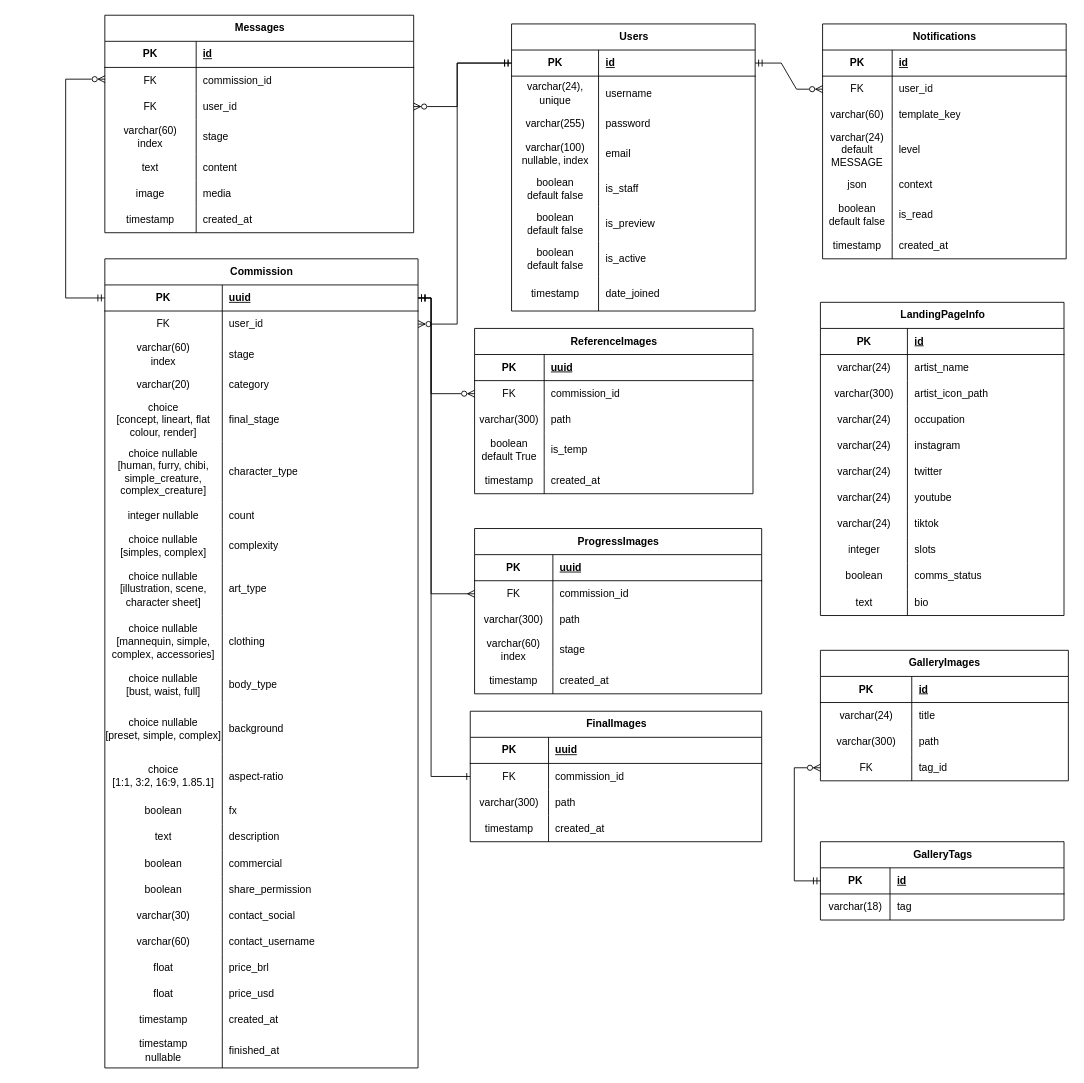
This is docs/diagramas/OAtelierER.drawio from nemesis-noctis/o-atelier, a draw.io file, before an edit. Source tidied: cells renumbered, new cells numbered last; positions are measured from the earlier drawing's top-left corner, leaving out a move shared by most shapes. Both pictures are drawn from the tidied source at 87%, with x=0, y=0 at pixel (65, 15).
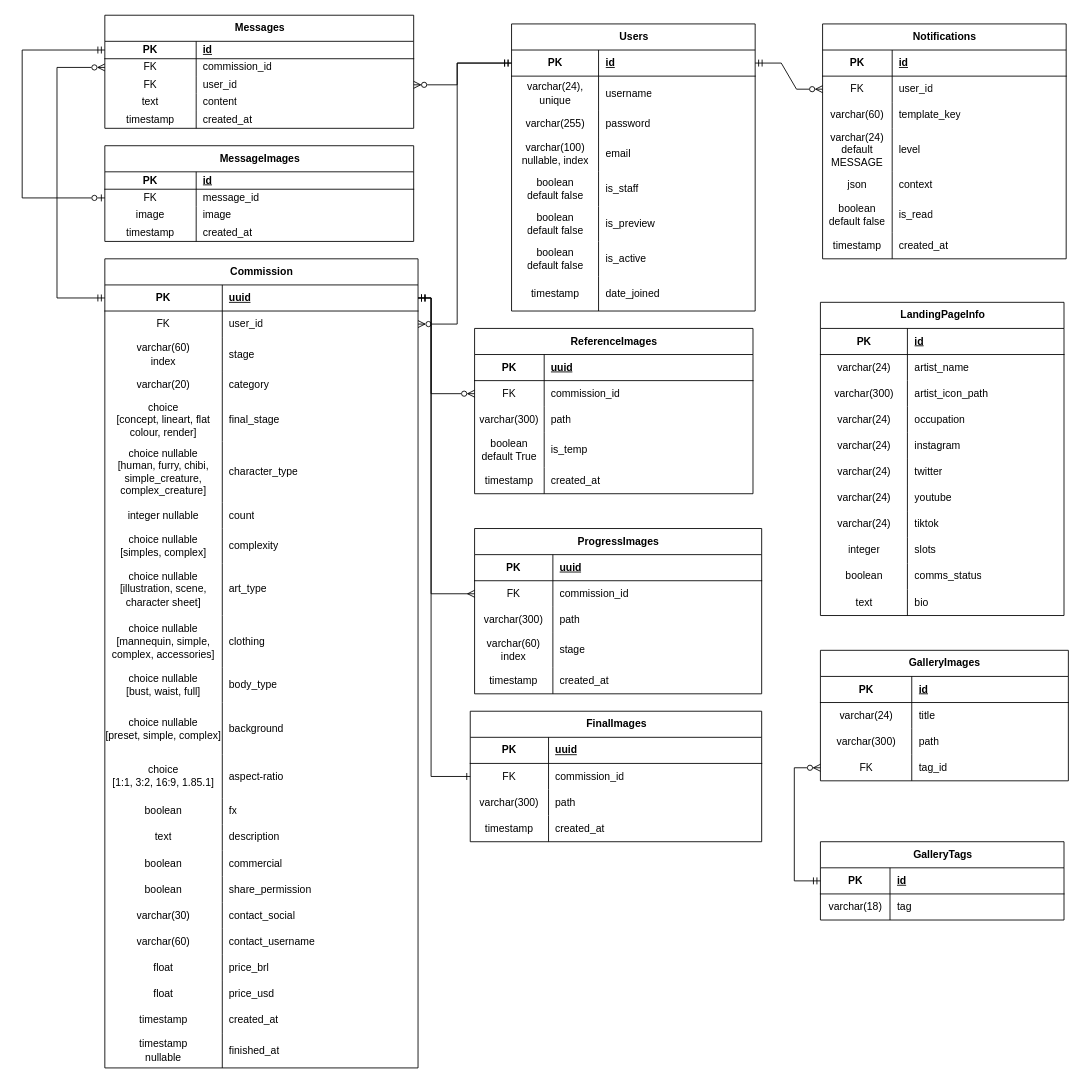
After the change.

Commit message (it also covers changes not shown here):
docs: Update ER diagram with new table MessageImages and adjust messages table.

The change refers to these unchanged cells:
```xml
<mxCell id="37" style="shape=tableRow;horizontal=0;startSize=0;swimlaneHead=0;swimlaneBody=0;fillColor=none;points=[[0,0.5],[1,0.5]];portConstraint=eastwest;top=0;left=0;right=0;bottom=1;" parent="36" vertex="1">
  <mxGeometry y="30" width="280" height="30" as="geometry" />
</mxCell>
<mxCell id="83" style="shape=tableRow;horizontal=0;startSize=0;swimlaneHead=0;swimlaneBody=0;fillColor=none;points=[[0,0.5],[1,0.5]];portConstraint=eastwest;top=0;left=0;right=0;bottom=1;" parent="82" vertex="1">
  <mxGeometry y="30" width="360" height="30" as="geometry" />
</mxCell>
```

Change to the diagram source:
```diff
@@
     <mxCell id="187" value="Messages" style="shape=table;startSize=30;childLayout=tableLayout;rowLines=0;fontStyle=1;align=center;html=1;" parent="1" vertex="1">
-      <mxGeometry x="45" width="355" height="250" as="geometry" />
+      <mxGeometry x="45" width="355" height="130" as="geometry" />
     </mxCell>
     <mxCell id="188" style="shape=tableRow;horizontal=0;startSize=0;swimlaneHead=0;swimlaneBody=0;fillColor=none;points=[[0,0.5],[1,0.5]];portConstraint=eastwest;top=0;left=0;right=0;bottom=1;" parent="187" vertex="1">
-      <mxGeometry y="30" width="355" height="30" as="geometry" />
+      <mxGeometry y="30" width="355" height="20" as="geometry" />
     </mxCell>
     <mxCell id="189" value="PK" style="shape=partialRectangle;fillColor=none;top=0;left=0;bottom=0;right=0;fontStyle=1;overflow=hidden;whiteSpace=wrap;html=1;" parent="188" vertex="1">
-      <mxGeometry width="105" height="30" as="geometry" />
+      <mxGeometry width="105" height="20" as="geometry" />
     </mxCell>
     <mxCell id="190" value="id" style="shape=partialRectangle;fillColor=none;top=0;left=0;bottom=0;right=0;align=left;spacingLeft=6;fontStyle=5;overflow=hidden;whiteSpace=wrap;html=1;" parent="188" vertex="1">
-      <mxGeometry x="105" width="250" height="30" as="geometry" />
+      <mxGeometry x="105" width="250" height="20" as="geometry" />
     </mxCell>
     <mxCell id="191" style="shape=tableRow;horizontal=0;startSize=0;swimlaneHead=0;swimlaneBody=0;fillColor=none;points=[[0,0.5],[1,0.5]];portConstraint=eastwest;top=0;left=0;right=0;bottom=0;" parent="187" vertex="1">
-      <mxGeometry y="60" width="355" height="30" as="geometry" />
+      <mxGeometry y="50" width="355" height="20" as="geometry" />
     </mxCell>
     <mxCell id="192" value="FK" style="shape=partialRectangle;fillColor=none;top=0;left=0;bottom=0;right=0;overflow=hidden;whiteSpace=wrap;html=1;" parent="191" vertex="1">
-      <mxGeometry width="105" height="30" as="geometry" />
+      <mxGeometry width="105" height="20" as="geometry" />
     </mxCell>
     <mxCell id="193" value="commission_id" style="shape=partialRectangle;fillColor=none;top=0;left=0;bottom=0;right=0;align=left;spacingLeft=6;overflow=hidden;whiteSpace=wrap;html=1;" parent="191" vertex="1">
-      <mxGeometry x="105" width="250" height="30" as="geometry" />
+      <mxGeometry x="105" width="250" height="20" as="geometry" />
     </mxCell>
     <mxCell id="194" style="shape=tableRow;horizontal=0;startSize=0;swimlaneHead=0;swimlaneBody=0;fillColor=none;points=[[0,0.5],[1,0.5]];portConstraint=eastwest;top=0;left=0;right=0;bottom=0;" parent="187" vertex="1">
-      <mxGeometry y="90" width="355" height="30" as="geometry" />
+      <mxGeometry y="70" width="355" height="20" as="geometry" />
     </mxCell>
     <mxCell id="195" value="FK" style="shape=partialRectangle;fillColor=none;top=0;left=0;bottom=0;right=0;overflow=hidden;whiteSpace=wrap;html=1;" parent="194" vertex="1">
-      <mxGeometry width="105" height="30" as="geometry" />
+      <mxGeometry width="105" height="20" as="geometry" />
     </mxCell>
     <mxCell id="196" value="user_id" style="shape=partialRectangle;fillColor=none;top=0;left=0;bottom=0;right=0;align=left;spacingLeft=6;overflow=hidden;whiteSpace=wrap;html=1;" parent="194" vertex="1">
-      <mxGeometry x="105" width="250" height="30" as="geometry" />
+      <mxGeometry x="105" width="250" height="20" as="geometry" />
     </mxCell>
-    <mxCell id="197" style="shape=tableRow;horizontal=0;startSize=0;swimlaneHead=0;swimlaneBody=0;fillColor=none;top=0;left=0;right=0;bottom=0;" parent="187" vertex="1">
-      <mxGeometry y="120" width="355" height="40" as="geometry" />
-    </mxCell>
-    <mxCell id="198" value="varchar(60)&lt;div&gt;index&lt;/div&gt;" style="shape=partialRectangle;fillColor=none;top=0;left=0;bottom=0;right=0;overflow=hidden;whiteSpace=wrap;html=1;" parent="197" vertex="1">
-      <mxGeometry width="105" height="40" as="geometry" />
-    </mxCell>
-    <mxCell id="199" value="stage" style="shape=partialRectangle;fillColor=none;top=0;left=0;bottom=0;right=0;align=left;spacingLeft=6;overflow=hidden;whiteSpace=wrap;html=1;" parent="197" vertex="1">
-      <mxGeometry x="105" width="250" height="40" as="geometry" />
-    </mxCell>
     <mxCell id="200" style="shape=tableRow;horizontal=0;startSize=0;swimlaneHead=0;swimlaneBody=0;fillColor=none;top=0;left=0;right=0;bottom=0;" parent="187" vertex="1">
-      <mxGeometry y="160" width="355" height="30" as="geometry" />
+      <mxGeometry y="90" width="355" height="20" as="geometry" />
     </mxCell>
     <mxCell id="201" value="text" style="shape=partialRectangle;fillColor=none;top=0;left=0;bottom=0;right=0;overflow=hidden;whiteSpace=wrap;html=1;" parent="200" vertex="1">
-      <mxGeometry width="105" height="30" as="geometry" />
+      <mxGeometry width="105" height="20" as="geometry" />
     </mxCell>
     <mxCell id="202" value="content" style="shape=partialRectangle;fillColor=none;top=0;left=0;bottom=0;right=0;align=left;spacingLeft=6;overflow=hidden;whiteSpace=wrap;html=1;" parent="200" vertex="1">
-      <mxGeometry x="105" width="250" height="30" as="geometry" />
+      <mxGeometry x="105" width="250" height="20" as="geometry" />
     </mxCell>
-    <mxCell id="203" style="shape=tableRow;horizontal=0;startSize=0;swimlaneHead=0;swimlaneBody=0;fillColor=none;top=0;left=0;right=0;bottom=0;" parent="187" vertex="1">
-      <mxGeometry y="190" width="355" height="30" as="geometry" />
-    </mxCell>
-    <mxCell id="204" value="image" style="shape=partialRectangle;fillColor=none;top=0;left=0;bottom=0;right=0;overflow=hidden;whiteSpace=wrap;html=1;" parent="203" vertex="1">
-      <mxGeometry width="105" height="30" as="geometry" />
-    </mxCell>
-    <mxCell id="205" value="media" style="shape=partialRectangle;fillColor=none;top=0;left=0;bottom=0;right=0;align=left;spacingLeft=6;overflow=hidden;whiteSpace=wrap;html=1;" parent="203" vertex="1">
-      <mxGeometry x="105" width="250" height="30" as="geometry" />
-    </mxCell>
     <mxCell id="206" style="shape=tableRow;horizontal=0;startSize=0;swimlaneHead=0;swimlaneBody=0;fillColor=none;top=0;left=0;right=0;bottom=0;" parent="187" vertex="1">
-      <mxGeometry y="220" width="355" height="30" as="geometry" />
+      <mxGeometry y="110" width="355" height="20" as="geometry" />
     </mxCell>
     <mxCell id="207" value="timestamp" style="shape=partialRectangle;fillColor=none;top=0;left=0;bottom=0;right=0;overflow=hidden;whiteSpace=wrap;html=1;" parent="206" vertex="1">
-      <mxGeometry width="105" height="30" as="geometry" />
+      <mxGeometry width="105" height="20" as="geometry" />
     </mxCell>
     <mxCell id="208" value="created_at" style="shape=partialRectangle;fillColor=none;top=0;left=0;bottom=0;right=0;align=left;spacingLeft=6;overflow=hidden;whiteSpace=wrap;html=1;" parent="206" vertex="1">
-      <mxGeometry x="105" width="250" height="30" as="geometry" />
+      <mxGeometry x="105" width="250" height="20" as="geometry" />
     </mxCell>
-    <mxCell id="209" style="edgeStyle=orthogonalEdgeStyle;fontSize=12;html=1;endArrow=ERzeroToMany;rounded=0;entryX=0.001;entryY=0.449;entryDx=0;entryDy=0;startArrow=ERmandOne;startFill=0;endFill=0;entryPerimeter=0;exitX=0;exitY=0.5;exitDx=0;exitDy=0;" parent="1" edge="1" source="83" target="191">
+    <mxCell id="209" style="edgeStyle=orthogonalEdgeStyle;fontSize=12;html=1;endArrow=ERzeroToMany;rounded=0;entryX=0;entryY=0.5;entryDx=0;entryDy=0;startArrow=ERmandOne;startFill=0;endFill=0;exitX=0;exitY=0.5;exitDx=0;exitDy=0;" parent="1" edge="1" source="83" target="191">
       <mxGeometry relative="1" as="geometry">
         <Array as="points">
-          <mxPoint y="325" />
-          <mxPoint y="74" />
+          <mxPoint x="-10" y="325" />
+          <mxPoint x="-10" y="60" />
         </Array>
       </mxGeometry>
     </mxCell>
     <mxCell id="210" style="edgeStyle=orthogonalEdgeStyle;fontSize=12;html=1;endArrow=ERzeroToMany;rounded=0;entryX=1;entryY=0.5;entryDx=0;entryDy=0;exitX=0;exitY=0.5;exitDx=0;exitDy=0;endFill=0;startArrow=ERmandOne;startFill=0;" parent="1" edge="1" source="37" target="194">
       <mxGeometry relative="1" as="geometry">
         <Array as="points">
           <mxPoint x="450" y="55" />
-          <mxPoint x="450" y="105" />
+          <mxPoint x="450" y="80" />
         </Array>
       </mxGeometry>
     </mxCell>
@@
+    <mxCell id="248" value="MessageImages" style="shape=table;startSize=30;childLayout=tableLayout;rowLines=0;fontStyle=1;align=center;html=1;" parent="1" vertex="1">
+      <mxGeometry x="45" y="150" width="355" height="110" as="geometry" />
+    </mxCell>
+    <mxCell id="249" style="shape=tableRow;horizontal=0;startSize=0;swimlaneHead=0;swimlaneBody=0;fillColor=none;top=0;left=0;right=0;bottom=1;" parent="248" vertex="1">
+      <mxGeometry y="30" width="355" height="20" as="geometry" />
+    </mxCell>
+    <mxCell id="250" value="PK" style="shape=partialRectangle;fillColor=none;top=0;left=0;bottom=0;right=0;fontStyle=1;overflow=hidden;whiteSpace=wrap;html=1;" parent="249" vertex="1">
+      <mxGeometry width="105" height="20" as="geometry" />
+    </mxCell>
+    <mxCell id="251" value="id" style="shape=partialRectangle;fillColor=none;top=0;left=0;bottom=0;right=0;align=left;spacingLeft=6;fontStyle=5;overflow=hidden;whiteSpace=wrap;html=1;" parent="249" vertex="1">
+      <mxGeometry x="105" width="250" height="20" as="geometry" />
+    </mxCell>
+    <mxCell id="252" style="shape=tableRow;horizontal=0;startSize=0;swimlaneHead=0;swimlaneBody=0;fillColor=none;points=[[0,0.5],[1,0.5]];portConstraint=eastwest;top=0;left=0;right=0;bottom=0;" parent="248" vertex="1">
+      <mxGeometry y="50" width="355" height="20" as="geometry" />
+    </mxCell>
+    <mxCell id="253" value="FK" style="shape=partialRectangle;fillColor=none;top=0;left=0;bottom=0;right=0;overflow=hidden;whiteSpace=wrap;html=1;" parent="252" vertex="1">
+      <mxGeometry width="105" height="20" as="geometry" />
+    </mxCell>
+    <mxCell id="254" value="message_id" style="shape=partialRectangle;fillColor=none;top=0;left=0;bottom=0;right=0;align=left;spacingLeft=6;overflow=hidden;whiteSpace=wrap;html=1;" parent="252" vertex="1">
+      <mxGeometry x="105" width="250" height="20" as="geometry" />
+    </mxCell>
+    <mxCell id="255" style="shape=tableRow;horizontal=0;startSize=0;swimlaneHead=0;swimlaneBody=0;fillColor=none;top=0;left=0;right=0;bottom=0;" parent="248" vertex="1">
+      <mxGeometry y="70" width="355" height="20" as="geometry" />
+    </mxCell>
+    <mxCell id="204" value="image" style="shape=partialRectangle;fillColor=none;top=0;left=0;bottom=0;right=0;overflow=hidden;whiteSpace=wrap;html=1;" parent="255" vertex="1">
+      <mxGeometry width="105" height="20" as="geometry" />
+    </mxCell>
+    <mxCell id="256" value="image" style="shape=partialRectangle;fillColor=none;top=0;left=0;bottom=0;right=0;align=left;spacingLeft=6;overflow=hidden;whiteSpace=wrap;html=1;" parent="255" vertex="1">
+      <mxGeometry x="105" width="250" height="20" as="geometry" />
+    </mxCell>
+    <mxCell id="257" style="shape=tableRow;horizontal=0;startSize=0;swimlaneHead=0;swimlaneBody=0;fillColor=none;top=0;left=0;right=0;bottom=0;" parent="248" vertex="1">
+      <mxGeometry y="90" width="355" height="20" as="geometry" />
+    </mxCell>
+    <mxCell id="258" value="timestamp" style="shape=partialRectangle;fillColor=none;top=0;left=0;bottom=0;right=0;overflow=hidden;whiteSpace=wrap;html=1;" parent="257" vertex="1">
+      <mxGeometry width="105" height="20" as="geometry" />
+    </mxCell>
+    <mxCell id="259" value="created_at" style="shape=partialRectangle;fillColor=none;top=0;left=0;bottom=0;right=0;align=left;spacingLeft=6;overflow=hidden;whiteSpace=wrap;html=1;" parent="257" vertex="1">
+      <mxGeometry x="105" width="250" height="20" as="geometry" />
+    </mxCell>
+    <mxCell id="260" style="rounded=0;jettySize=auto;html=1;exitX=0;exitY=0.5;exitDx=0;exitDy=0;entryX=0;entryY=0.5;entryDx=0;entryDy=0;edgeStyle=orthogonalEdgeStyle;startArrow=ERzeroToOne;startFill=0;endArrow=ERmandOne;endFill=0;" parent="1" edge="1" source="252" target="188">
+      <mxGeometry relative="1" as="geometry">
+        <Array as="points">
+          <mxPoint x="-50" y="210" />
+          <mxPoint x="-50" y="40" />
+        </Array>
+      </mxGeometry>
+    </mxCell>
```
